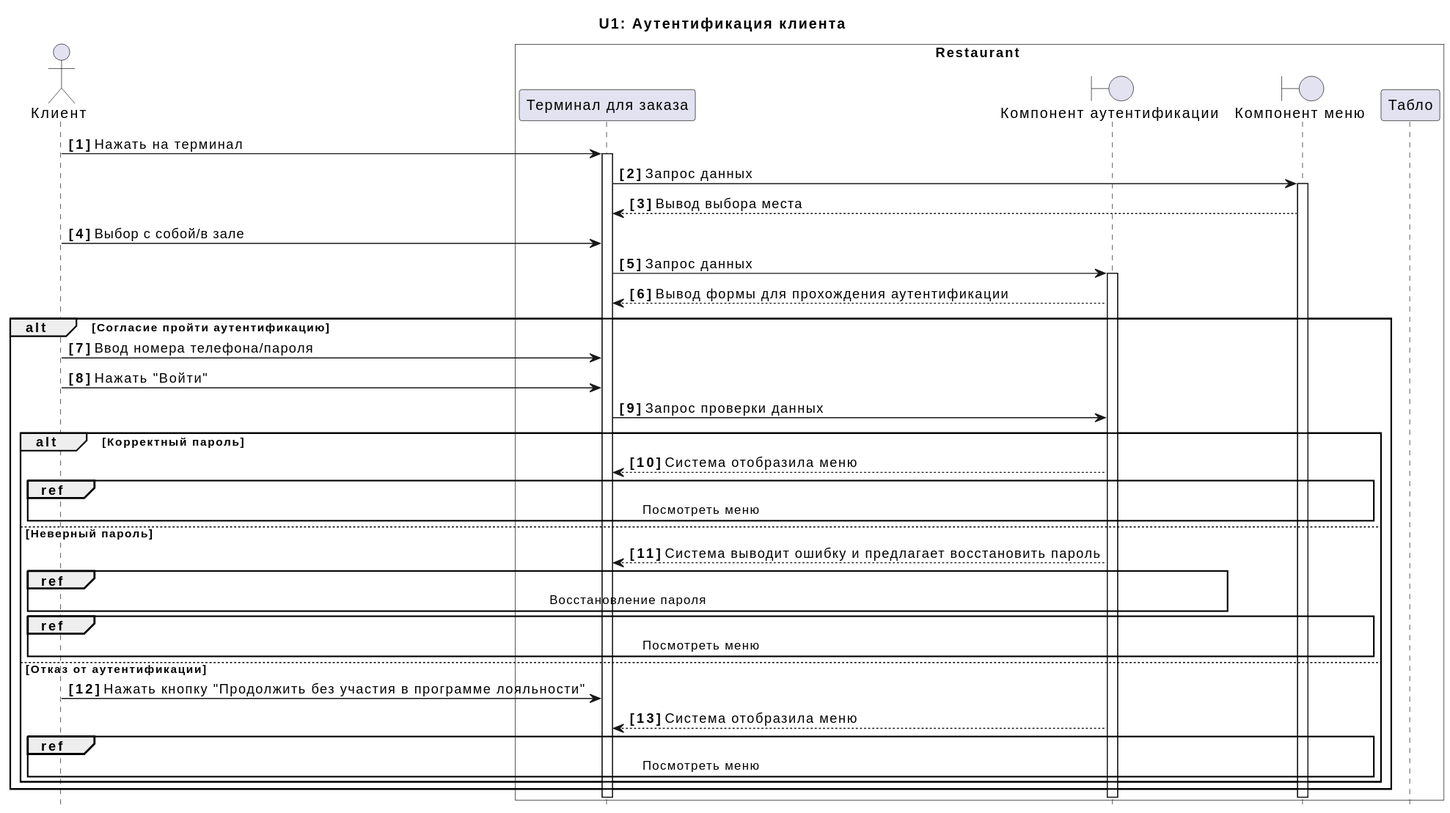
Above: docs/diagrams/include/UC1.svg in xxx996/OTUS_Restaraunt (PlantUML), before the change.
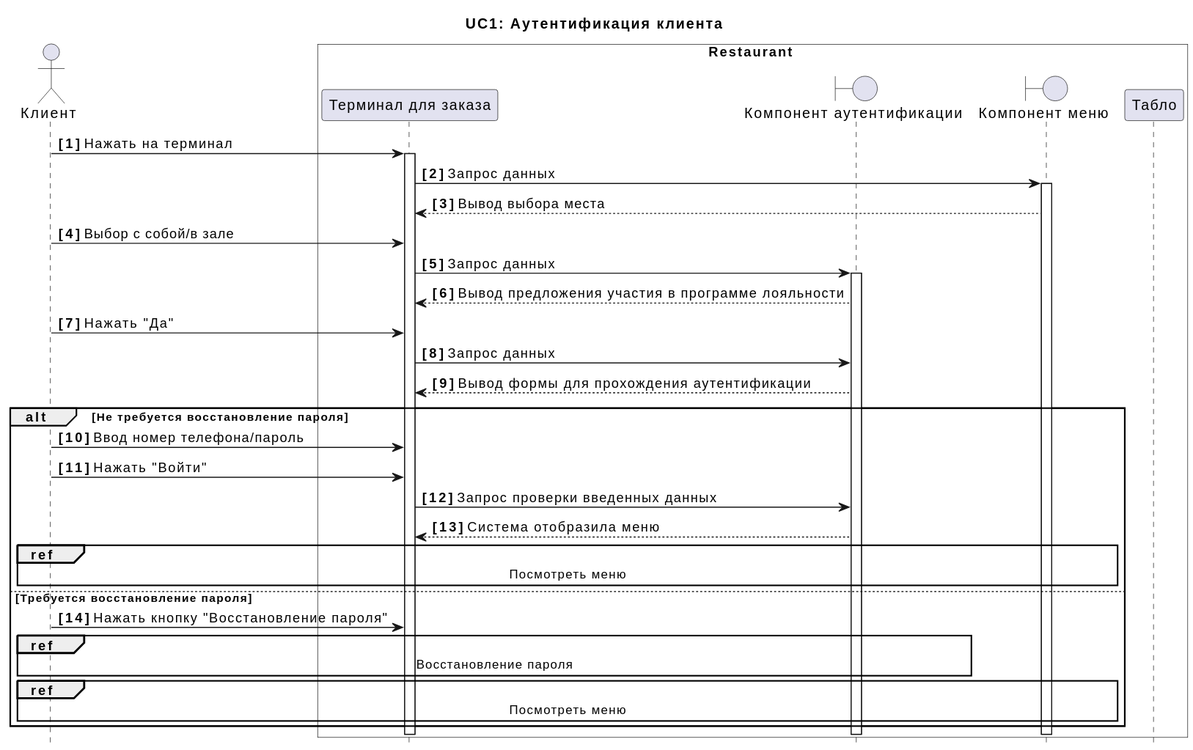
Above is the later version.

Diff of the diagram source:
```diff
@@ -1,7 +1,7 @@
 @startuml
 actor "Клиент" as C
 
-title U1: Аутентификация клиента
+title UC1: Аутентификация клиента
 box Restaurant #Transparent
 participant  "Терминал для заказа" as A
 boundary "Компонент аутентификации" as Q
@@ -16,33 +16,28 @@
 F --> A:  Вывод выбора места
 C -> A:  Выбор с собой/в зале
 A -> Q++:  Запрос данных
+Q --> A:  Вывод предложения участия в программе лояльности
+C -> A:  Нажать "Да"
+A -> Q:  Запрос данных
 Q --> A:  Вывод формы для прохождения аутентификации
 
-alt Согласие пройти аутентификацию
+alt Не требуется восстановление пароля
 
-C -> A:  Ввод номера телефона/пароля
+C -> A:  Ввод номер телефона/пароль
 C -> A:  Нажать "Войти"
-A -> Q:  Запрос проверки данных
+A -> Q:  Запрос проверки введенных данных
 
-alt Корректный пароль
+
 
 Q --> A:  Система отобразила  меню
 ref over C, F:  Посмотреть меню
 
-else Неверный пароль
+else Требуется восстановление пароля
 
-Q --> A:  Система выводит ошибку и предлагает восстановить пароль
+C -> A:  Нажать кнопку "Восстановление пароля"
 ref over C, Q:  Восстановление пароля
 ref over C, F:  Посмотреть меню
 
-else Отказ от аутентификации
-
-C -> A:  Нажать кнопку "Продолжить без участия в программе лояльности"
-Q --> A:  Система отобразила  меню
-ref over C, F:  Посмотреть меню
-
-
 
 end
-end
 @enduml
```
